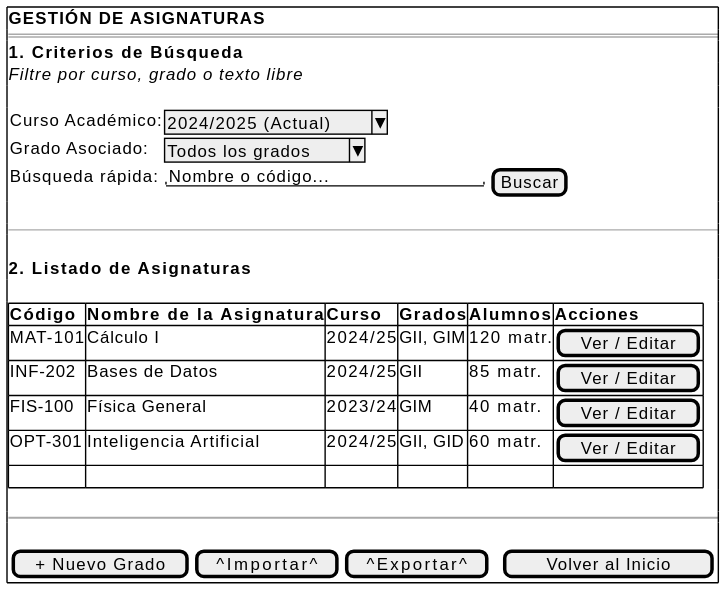
martinlopez7/25-26-IdSw1-SdR keeps this PlantUML diagram as documents/casos-de-uso/prototipadoCasosDeUso/verAsignaturas/verAsignaturas.svg. Above is the earlier version.
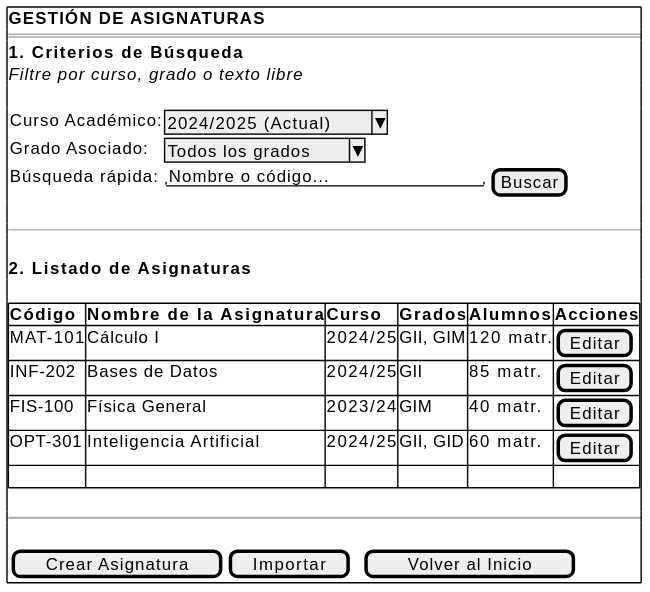
Above is the later version.

Change to the diagram source:
```diff
@@ -17,16 +17,16 @@
     .
     {#
         <b>Código</b> | <b>Nombre de la Asignatura</b> | <b>Curso</b> | <b>Grados</b> | <b>Alumnos</b> | <b>Acciones</b>
-        MAT-101 | Cálculo I | 2024/25 | GII, GIM | 120 matr. | [Ver / Editar]
-        INF-202 | Bases de Datos | 2024/25 | GII | 85 matr. | [Ver / Editar]
-        FIS-100 | Física General | 2023/24 | GIM | 40 matr. | [Ver / Editar]
-        OPT-301 | Inteligencia Artificial | 2024/25 | GII, GID | 60 matr. | [Ver / Editar]
+        MAT-101 | Cálculo I | 2024/25 | GII, GIM | 120 matr. | [Editar]
+        INF-202 | Bases de Datos | 2024/25 | GII | 85 matr. | [Editar]
+        FIS-100 | Física General | 2023/24 | GIM | 40 matr. | [Editar]
+        OPT-301 | Inteligencia Artificial | 2024/25 | GII, GID | 60 matr. | [Editar]
         . | . | . | . | . | .
     }
     .
     ~~
     .
-    { [ + Nuevo Grado ] | [ ^Importar^ ] | [ ^Exportar^ ] | . | [ Volver al Inicio ] }
+    { [ Crear Asignatura ] | [ Importar ] | . | [ Volver al Inicio ] }
 }
 }
 @endsalt
```
